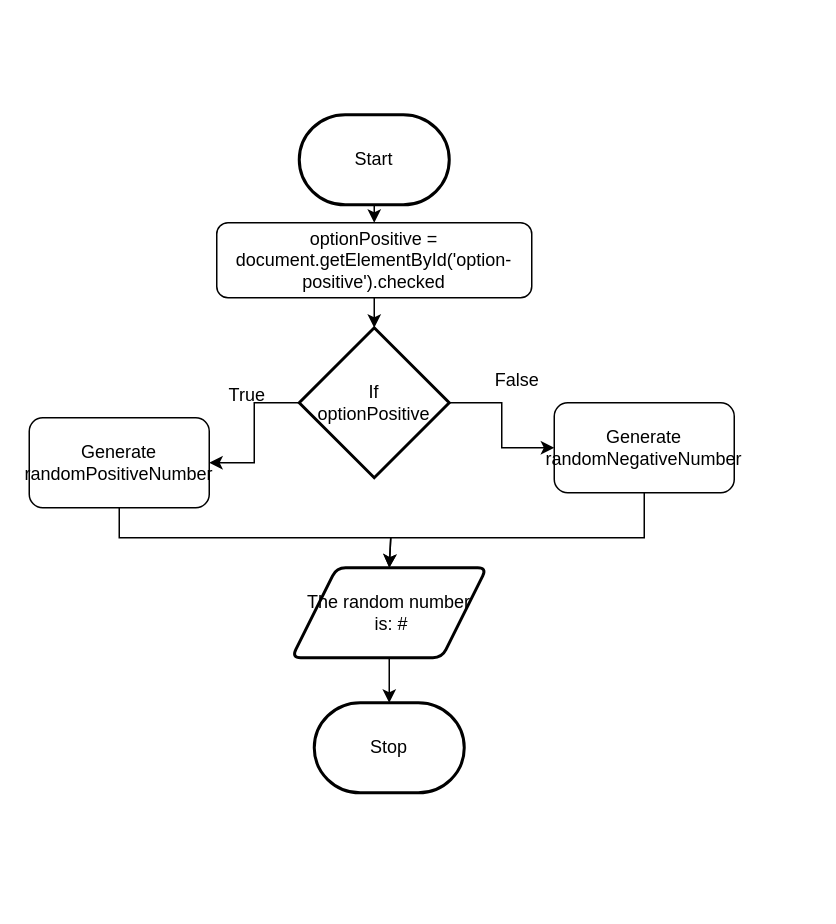
Earlier version of the draw.io diagram design/flowchart.drawio (MTHS-ICD2O-1-2024/ICD2O-Unit-5-02-Olivia-Ten-Den). Source tidied: cells renumbered, new cells numbered last; positions are measured from the earlier drawing's top-left corner, leaving out a move shared by most shapes. Both pictures are drawn from the tidied source at 150%, with x=0, y=0 at pixel (28, 114).
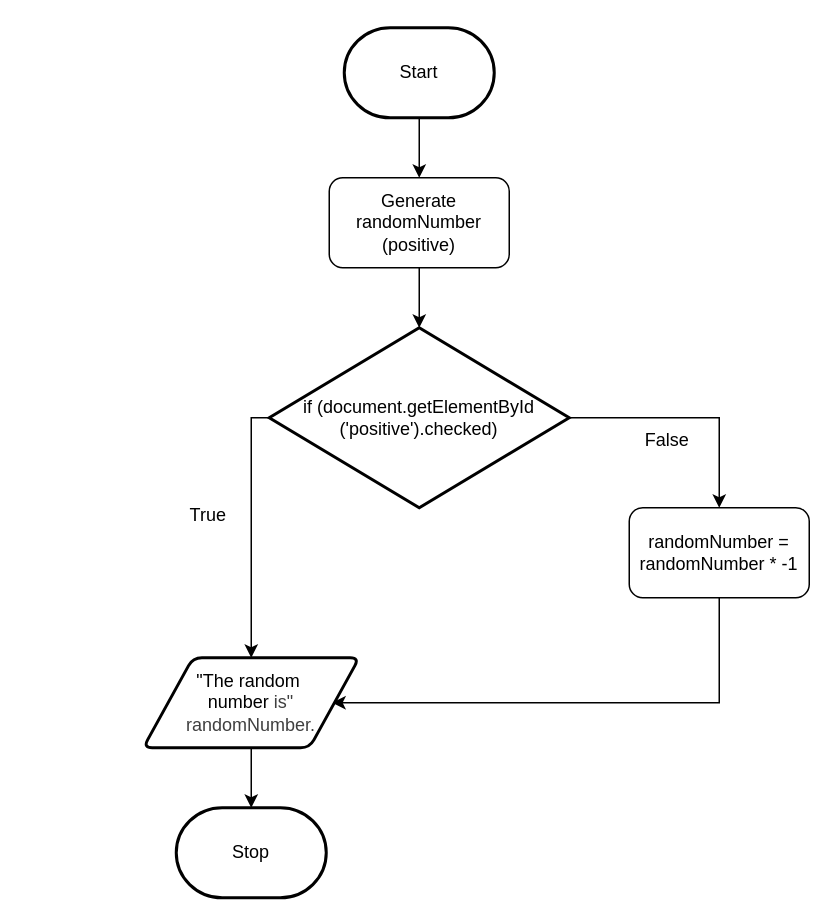
After the change.

The edit, as a diff of the source:
```diff
@@
-    <mxCell id="2" style="edgeStyle=none;html=1;exitX=0.5;exitY=1;exitDx=0;exitDy=0;exitPerimeter=0;entryX=0.5;entryY=0;entryDx=0;entryDy=0;" parent="1" edge="1" source="3" target="17">
+    <mxCell id="2" style="edgeStyle=orthogonalEdgeStyle;html=1;exitX=0.5;exitY=1;exitDx=0;exitDy=0;exitPerimeter=0;entryX=0.5;entryY=0;entryDx=0;entryDy=0;rounded=0;" parent="1" edge="1" source="3" target="19">
       <mxGeometry relative="1" as="geometry" />
     </mxCell>
     <mxCell id="3" value="Start" style="strokeWidth=2;html=1;shape=mxgraph.flowchart.terminator;whiteSpace=wrap;" parent="1" vertex="1">
-      <mxGeometry x="180" width="100" height="60" as="geometry" />
+      <mxGeometry x="210" y="-58" width="100" height="60" as="geometry" />
     </mxCell>
     <mxCell id="4" value="True" style="text;html=1;align=center;verticalAlign=middle;strokeColor=none;fillColor=none;" parent="1" vertex="1">
-      <mxGeometry x="120" y="172" width="50" height="30" as="geometry" />
+      <mxGeometry x="94" y="252" width="50" height="30" as="geometry" />
     </mxCell>
+    <mxCell id="6" value="Stop" style="strokeWidth=2;html=1;shape=mxgraph.flowchart.terminator;whiteSpace=wrap;" parent="1" vertex="1">
+      <mxGeometry x="98" y="462" width="100" height="60" as="geometry" />
+    </mxCell>
     <mxCell id="5" value="False" style="text;html=1;align=center;verticalAlign=middle;strokeColor=none;fillColor=none;" parent="1" vertex="1">
-      <mxGeometry x="300" y="162" width="50" height="30" as="geometry" />
+      <mxGeometry x="400" y="202" width="50" height="30" as="geometry" />
     </mxCell>
-    <mxCell id="6" value="Stop" style="strokeWidth=2;html=1;shape=mxgraph.flowchart.terminator;whiteSpace=wrap;" parent="1" vertex="1">
-      <mxGeometry x="190" y="392" width="100" height="60" as="geometry" />
-    </mxCell>
-    <mxCell id="7" value="If&lt;div&gt;optionPositive&lt;/div&gt;" style="strokeWidth=2;html=1;shape=mxgraph.flowchart.decision;whiteSpace=wrap;direction=south;" parent="1" vertex="1">
-      <mxGeometry x="180" y="142" width="100" height="100" as="geometry" />
-    </mxCell>
-    <mxCell id="8" style="edgeStyle=orthogonalEdgeStyle;html=1;exitX=0.5;exitY=0;exitDx=0;exitDy=0;exitPerimeter=0;rounded=0;entryX=0;entryY=0.5;entryDx=0;entryDy=0;" parent="1" edge="1" source="7" target="12">
-      <mxGeometry relative="1" as="geometry" />
-    </mxCell>
-    <mxCell id="9" style="edgeStyle=orthogonalEdgeStyle;html=1;exitX=0.5;exitY=1;exitDx=0;exitDy=0;exitPerimeter=0;rounded=0;entryX=1;entryY=0.5;entryDx=0;entryDy=0;" parent="1" edge="1" source="7" target="11">
-      <mxGeometry relative="1" as="geometry" />
-    </mxCell>
-    <mxCell id="10" value="The random number&lt;div&gt;&amp;nbsp;is: #&lt;/div&gt;" style="shape=parallelogram;html=1;strokeWidth=2;perimeter=parallelogramPerimeter;whiteSpace=wrap;rounded=1;arcSize=12;size=0.23;" parent="1" vertex="1">
-      <mxGeometry x="175" y="302" width="130" height="60" as="geometry" />
-    </mxCell>
-    <mxCell id="11" value="Generate randomPositiveNumber" style="rounded=1;whiteSpace=wrap;html=1;" parent="1" vertex="1">
-      <mxGeometry y="202" width="120" height="60" as="geometry" />
-    </mxCell>
-    <mxCell id="12" value="Generate randomNegativeNumber" style="rounded=1;whiteSpace=wrap;html=1;" parent="1" vertex="1">
-      <mxGeometry x="350" y="192" width="120" height="60" as="geometry" />
-    </mxCell>
-    <mxCell id="13" style="edgeStyle=orthogonalEdgeStyle;html=1;exitX=0.5;exitY=1;exitDx=0;exitDy=0;rounded=0;" parent="1" edge="1" source="11">
-      <mxGeometry relative="1" as="geometry">
-        <mxPoint x="240" y="302" as="targetPoint" />
-        <Array as="points">
-          <mxPoint x="60" y="282" />
-          <mxPoint x="241" y="282" />
-        </Array>
-      </mxGeometry>
-    </mxCell>
-    <mxCell id="14" style="edgeStyle=orthogonalEdgeStyle;html=1;exitX=0.5;exitY=1;exitDx=0;exitDy=0;rounded=0;" parent="1" edge="1" source="12">
-      <mxGeometry relative="1" as="geometry">
-        <mxPoint x="240" y="302" as="targetPoint" />
-        <Array as="points">
-          <mxPoint x="410" y="282" />
-          <mxPoint x="241" y="282" />
-        </Array>
-      </mxGeometry>
-    </mxCell>
-    <mxCell id="15" style="edgeStyle=orthogonalEdgeStyle;html=1;exitX=0.5;exitY=1;exitDx=0;exitDy=0;rounded=0;entryX=0.5;entryY=0;entryDx=0;entryDy=0;entryPerimeter=0;" parent="1" edge="1" source="10" target="6">
-      <mxGeometry relative="1" as="geometry" />
-    </mxCell>
-    <mxCell id="16" style="edgeStyle=none;html=1;" parent="1" edge="1" source="17" target="7">
-      <mxGeometry relative="1" as="geometry" />
-    </mxCell>
-    <mxCell id="17" value="optionPositive = document.getElementById('option-positive').checked" style="rounded=1;whiteSpace=wrap;html=1;" parent="1" vertex="1">
-      <mxGeometry x="125" y="72" width="210" height="50" as="geometry" />
-    </mxCell>
+    <mxCell id="18" style="edgeStyle=orthogonalEdgeStyle;shape=connector;curved=0;rounded=0;html=1;strokeColor=default;align=center;verticalAlign=middle;fontFamily=Helvetica;fontSize=11;fontColor=default;labelBackgroundColor=default;endArrow=classic;" parent="1" edge="1" source="19" target="22">
+      <mxGeometry relative="1" as="geometry" />
+    </mxCell>
+    <mxCell id="19" value="Generate randomNumber&lt;div&gt;(positive)&lt;/div&gt;" style="rounded=1;whiteSpace=wrap;html=1;" parent="1" vertex="1">
+      <mxGeometry x="200" y="42" width="120" height="60" as="geometry" />
+    </mxCell>
+    <mxCell id="20" style="edgeStyle=orthogonalEdgeStyle;shape=connector;curved=0;rounded=0;html=1;exitX=0.5;exitY=1;exitDx=0;exitDy=0;exitPerimeter=0;strokeColor=default;align=center;verticalAlign=middle;fontFamily=Helvetica;fontSize=11;fontColor=default;labelBackgroundColor=default;endArrow=classic;entryX=0.5;entryY=0;entryDx=0;entryDy=0;" parent="1" edge="1" source="22" target="25">
+      <mxGeometry relative="1" as="geometry" />
+    </mxCell>
+    <mxCell id="21" style="edgeStyle=orthogonalEdgeStyle;shape=connector;curved=0;rounded=0;html=1;exitX=0.5;exitY=0;exitDx=0;exitDy=0;exitPerimeter=0;entryX=0.5;entryY=0;entryDx=0;entryDy=0;strokeColor=default;align=center;verticalAlign=middle;fontFamily=Helvetica;fontSize=11;fontColor=default;labelBackgroundColor=default;endArrow=classic;" parent="1" edge="1" source="22" target="24">
+      <mxGeometry relative="1" as="geometry" />
+    </mxCell>
+    <mxCell id="22" value="if (document.getElementById&lt;div&gt;('positive').checked)&lt;/div&gt;" style="strokeWidth=2;html=1;shape=mxgraph.flowchart.decision;whiteSpace=wrap;direction=south;" parent="1" vertex="1">
+      <mxGeometry x="160" y="142" width="200" height="120" as="geometry" />
+    </mxCell>
+    <mxCell id="23" style="edgeStyle=orthogonalEdgeStyle;shape=connector;curved=0;rounded=0;html=1;exitX=0.5;exitY=1;exitDx=0;exitDy=0;strokeColor=default;align=center;verticalAlign=middle;fontFamily=Helvetica;fontSize=11;fontColor=default;labelBackgroundColor=default;endArrow=classic;entryX=1;entryY=0.5;entryDx=0;entryDy=0;" parent="1" edge="1" source="24">
+      <mxGeometry relative="1" as="geometry">
+        <mxPoint x="202" y="392" as="targetPoint" />
+        <Array as="points">
+          <mxPoint x="460" y="392" />
+        </Array>
+      </mxGeometry>
+    </mxCell>
+    <mxCell id="24" value="randomNumber = randomNumber * -1" style="rounded=1;whiteSpace=wrap;html=1;" parent="1" vertex="1">
+      <mxGeometry x="400" y="262" width="120" height="60" as="geometry" />
+    </mxCell>
+    <mxCell id="25" value="&quot;The random&amp;nbsp;&lt;div&gt;number&lt;span style=&quot;color: rgb(63, 63, 63); background-color: transparent;&quot;&gt;&amp;nbsp;is&quot; randomNumber.&lt;/span&gt;&lt;/div&gt;" style="shape=parallelogram;html=1;strokeWidth=2;perimeter=parallelogramPerimeter;whiteSpace=wrap;rounded=1;arcSize=12;size=0.23;" parent="1" vertex="1">
+      <mxGeometry x="76" y="362" width="144" height="60" as="geometry" />
+    </mxCell>
+    <mxCell id="26" style="edgeStyle=orthogonalEdgeStyle;shape=connector;curved=0;rounded=0;html=1;exitX=0.5;exitY=1;exitDx=0;exitDy=0;entryX=0.5;entryY=0;entryDx=0;entryDy=0;entryPerimeter=0;strokeColor=default;align=center;verticalAlign=middle;fontFamily=Helvetica;fontSize=11;fontColor=default;labelBackgroundColor=default;endArrow=classic;" parent="1" edge="1" source="25" target="6">
+      <mxGeometry relative="1" as="geometry" />
+    </mxCell>
```
